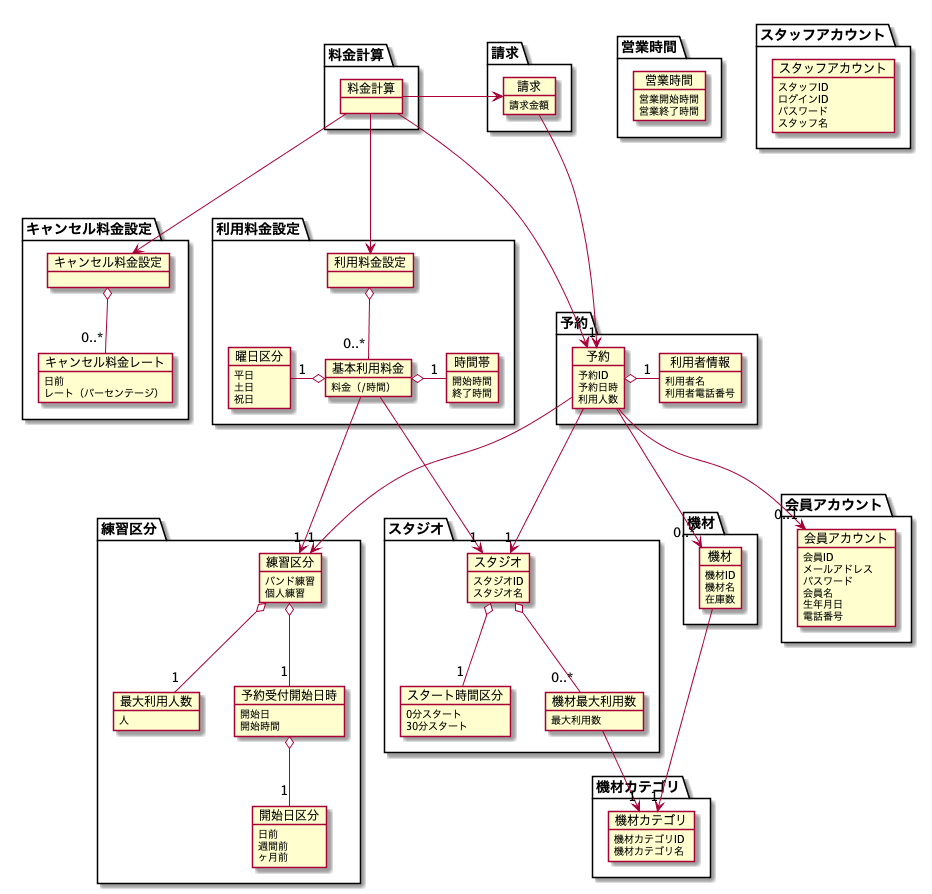
Before: modeling/07_DomainModel/DomainModel.png, a diagram exported from PlantUML (TakashiOnawa/ddd-practice-studio-reservation).
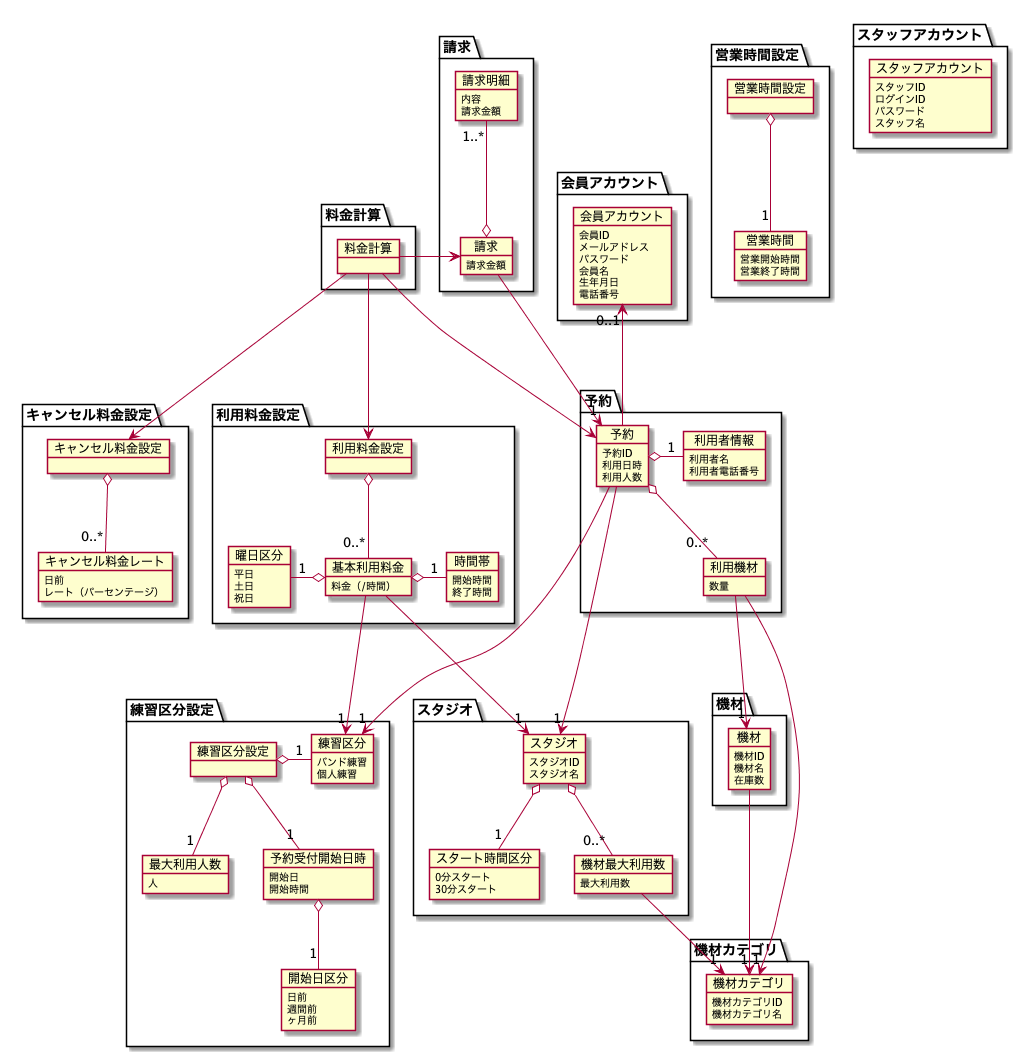
After the change.

Change to the diagram source:
```diff
@@ -3,7 +3,7 @@
 package 予約 {
     object 予約 {
         予約ID
-        予約日時
+        利用日時
         利用人数
     }
 
@@ -11,9 +11,16 @@
         利用者名
         利用者電話番号
     }
+
+    object 利用機材 {
+        数量
+    }
 }
 
-package 練習区分 {
+package 練習区分設定 {
+    object 練習区分設定 {
+    }
+
     object 練習区分 {
         バンド練習
         個人練習
@@ -76,7 +83,10 @@
     }
 }
 
-package 営業時間 {
+package 営業時間設定 {
+    object 営業時間設定 {
+    }
+
     object 営業時間 {
         営業開始時間
         営業終了時間
@@ -132,13 +142,21 @@
     object 請求 {
         請求金額
     }
+
+    object 請求明細 {
+        内容
+        請求金額
+    }
 }
 
 予約 ---> "1" スタジオ
-予約 ---> "0..*" 機材
+予約 o-- "0..*" 利用機材
+予約 o- "1" 利用者情報
 予約 ---> "1" 練習区分
-予約 o- "1" 利用者情報
-予約 ---> "0..1" 会員アカウント
+予約 -up--> "0..1" 会員アカウント
+
+利用機材 ---> "1" 機材
+利用機材 --> "1" 機材カテゴリ
 
 スタジオ o-- "1" スタート時間区分
 スタジオ o-- "0..*" 機材最大利用数
@@ -147,9 +165,12 @@
 
 機材 ---> "1" 機材カテゴリ
 
-練習区分 o-- "1" 最大利用人数
-練習区分 o-- "1" 予約受付開始日時
+練習区分設定 o- "1" 練習区分
+練習区分設定 o-- "1" 最大利用人数
+練習区分設定 o-- "1" 予約受付開始日時
 予約受付開始日時 o-- "1" 開始日区分
+
+営業時間設定 o-- "1" 営業時間
 
 キャンセル料金設定 o-- "0..*" キャンセル料金レート
 
@@ -159,6 +180,7 @@
 基本利用料金 o-left- "1" 曜日区分
 基本利用料金 o-right- "1" 時間帯
 
+請求 o-up- "1..*" 請求明細
 請求 ---> "1" 予約
 料金計算 ---> 予約
 料金計算 ---> 利用料金設定
```
